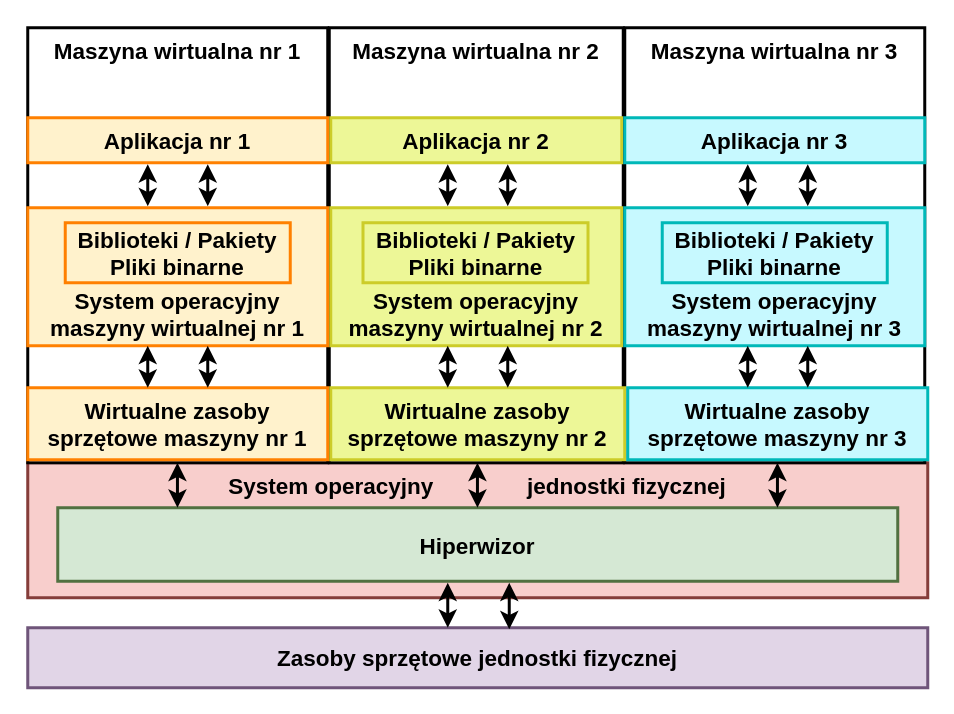
Earlier version of the draw.io diagram Virtualization.drawio (pabloducato/draw.io). Source tidied: cells renumbered, new cells numbered last; positions are measured from the earlier drawing's top-left corner, leaving out a move shared by most shapes. Both pictures are drawn from the tidied source at 150%, with x=0, y=0 at pixel (27, 27).
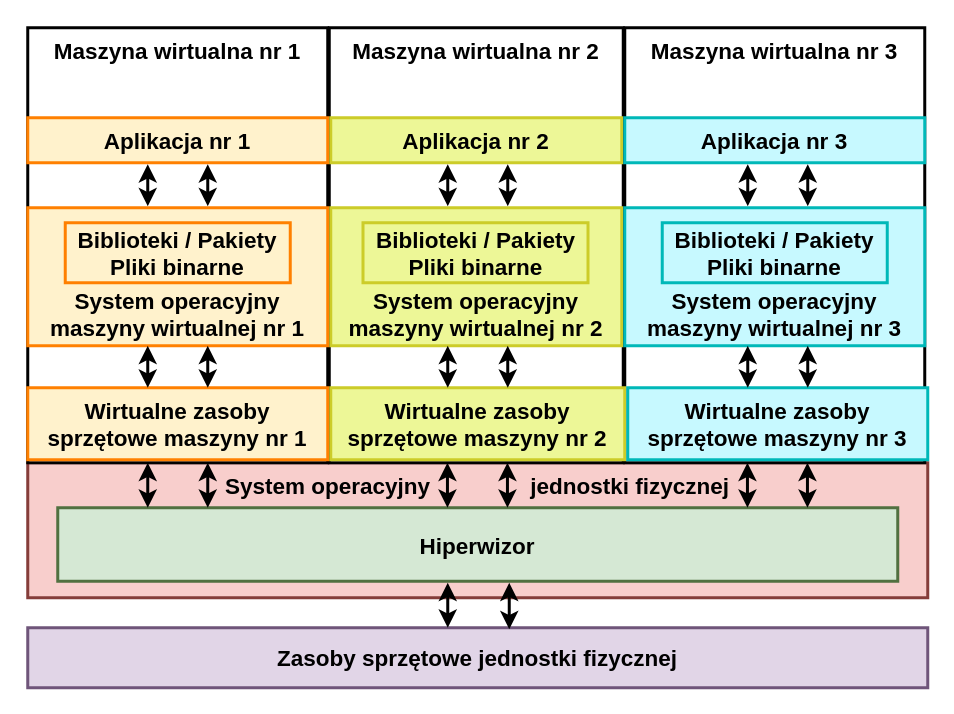
The same diagram, later.

Change to the diagram source:
```diff
@@
-    <mxCell id="2" value="System operacyjny&amp;nbsp; &amp;nbsp; &amp;nbsp; &amp;nbsp; &amp;nbsp; &amp;nbsp; &amp;nbsp; &amp;nbsp;jednostki fizycznej" style="rounded=0;whiteSpace=wrap;html=1;fontStyle=1;fontSize=15;fillColor=#f8cecc;strokeWidth=2;strokeColor=#853D3A;verticalAlign=top;" parent="1" vertex="1">
+    <mxCell id="2" value="System operacyjny&amp;nbsp; &amp;nbsp; &amp;nbsp; &amp;nbsp; &amp;nbsp; &amp;nbsp; &amp;nbsp; &amp;nbsp; jednostki fizycznej" style="rounded=0;whiteSpace=wrap;html=1;fontStyle=1;fontSize=15;fillColor=#f8cecc;strokeWidth=2;strokeColor=#853D3A;verticalAlign=top;" parent="1" vertex="1">
       <mxGeometry y="290" width="600" height="90" as="geometry" />
     </mxCell>
@@
     <mxCell id="34" style="endArrow=classic;startArrow=classic;html=1;fontSize=16;strokeWidth=2;" parent="1" edge="1">
       <mxGeometry relative="1" as="geometry">
-        <mxPoint x="99.8" y="320" as="sourcePoint" />
-        <mxPoint x="99.8" y="290" as="targetPoint" />
+        <mxPoint x="120" y="320" as="sourcePoint" />
+        <mxPoint x="120" y="290" as="targetPoint" />
       </mxGeometry>
     </mxCell>
-    <mxCell id="35" style="endArrow=classic;startArrow=classic;html=1;fontSize=16;strokeWidth=2;" parent="1" edge="1">
-      <mxGeometry relative="1" as="geometry">
-        <mxPoint x="299.8" y="320" as="sourcePoint" />
-        <mxPoint x="299.8" y="290" as="targetPoint" />
-      </mxGeometry>
-    </mxCell>
-    <mxCell id="36" style="endArrow=classic;startArrow=classic;html=1;fontSize=16;strokeWidth=2;" parent="1" edge="1">
-      <mxGeometry relative="1" as="geometry">
-        <mxPoint x="499.8" y="320" as="sourcePoint" />
-        <mxPoint x="499.8" y="290" as="targetPoint" />
-      </mxGeometry>
-    </mxCell>
+    <mxCell id="37" style="endArrow=classic;startArrow=classic;html=1;fontSize=16;strokeWidth=2;" parent="1" edge="1">
+      <mxGeometry relative="1" as="geometry">
+        <mxPoint x="80" y="320" as="sourcePoint" />
+        <mxPoint x="80" y="290" as="targetPoint" />
+      </mxGeometry>
+    </mxCell>
+    <mxCell id="38" style="endArrow=classic;startArrow=classic;html=1;fontSize=16;strokeWidth=2;" parent="1" edge="1">
+      <mxGeometry relative="1" as="geometry">
+        <mxPoint x="319.8" y="320" as="sourcePoint" />
+        <mxPoint x="319.8" y="290" as="targetPoint" />
+      </mxGeometry>
+    </mxCell>
+    <mxCell id="39" style="endArrow=classic;startArrow=classic;html=1;fontSize=16;strokeWidth=2;" parent="1" edge="1">
+      <mxGeometry relative="1" as="geometry">
+        <mxPoint x="279.8" y="320" as="sourcePoint" />
+        <mxPoint x="279.8" y="290" as="targetPoint" />
+      </mxGeometry>
+    </mxCell>
+    <mxCell id="40" style="endArrow=classic;startArrow=classic;html=1;fontSize=16;strokeWidth=2;" parent="1" edge="1">
+      <mxGeometry relative="1" as="geometry">
+        <mxPoint x="519.8" y="320" as="sourcePoint" />
+        <mxPoint x="519.8" y="290" as="targetPoint" />
+      </mxGeometry>
+    </mxCell>
+    <mxCell id="41" style="endArrow=classic;startArrow=classic;html=1;fontSize=16;strokeWidth=2;" parent="1" edge="1">
+      <mxGeometry relative="1" as="geometry">
+        <mxPoint x="479.8" y="320" as="sourcePoint" />
+        <mxPoint x="479.8" y="290" as="targetPoint" />
+      </mxGeometry>
+    </mxCell>
```
